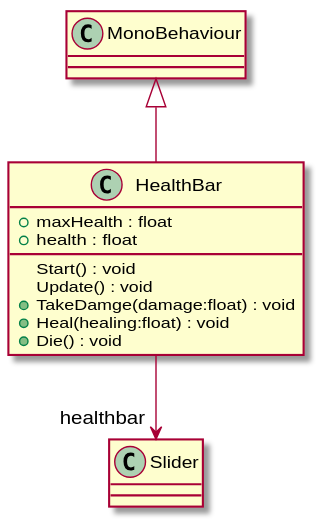
Earlier version of the PlantUML export UML/Assets/Scripts/HealthBar.svg (2314577483/Vampire-Hunter). Source of this version:
```plantuml
@startuml
class HealthBar {
    + maxHealth : float
    + health : float
    Start() : void
    Update() : void
    + TakeDamge(damage:float) : void
    + Heal(healing:float) : void
    + Die() : void
}
MonoBehaviour <|-- HealthBar
HealthBar --> "healthbar" Slider
@enduml
```
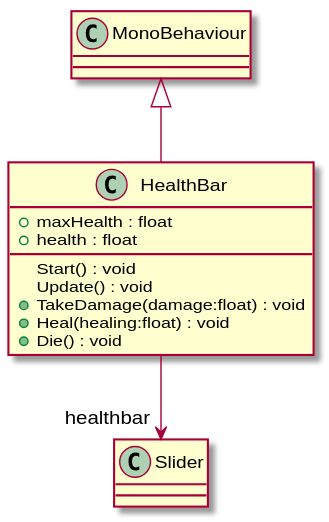
Later version of the same file.

Diff of the diagram source:
```diff
@@ -4,7 +4,7 @@
     + health : float
     Start() : void
     Update() : void
-    + TakeDamge(damage:float) : void
+    + TakeDamage(damage:float) : void
     + Heal(healing:float) : void
     + Die() : void
 }
```
